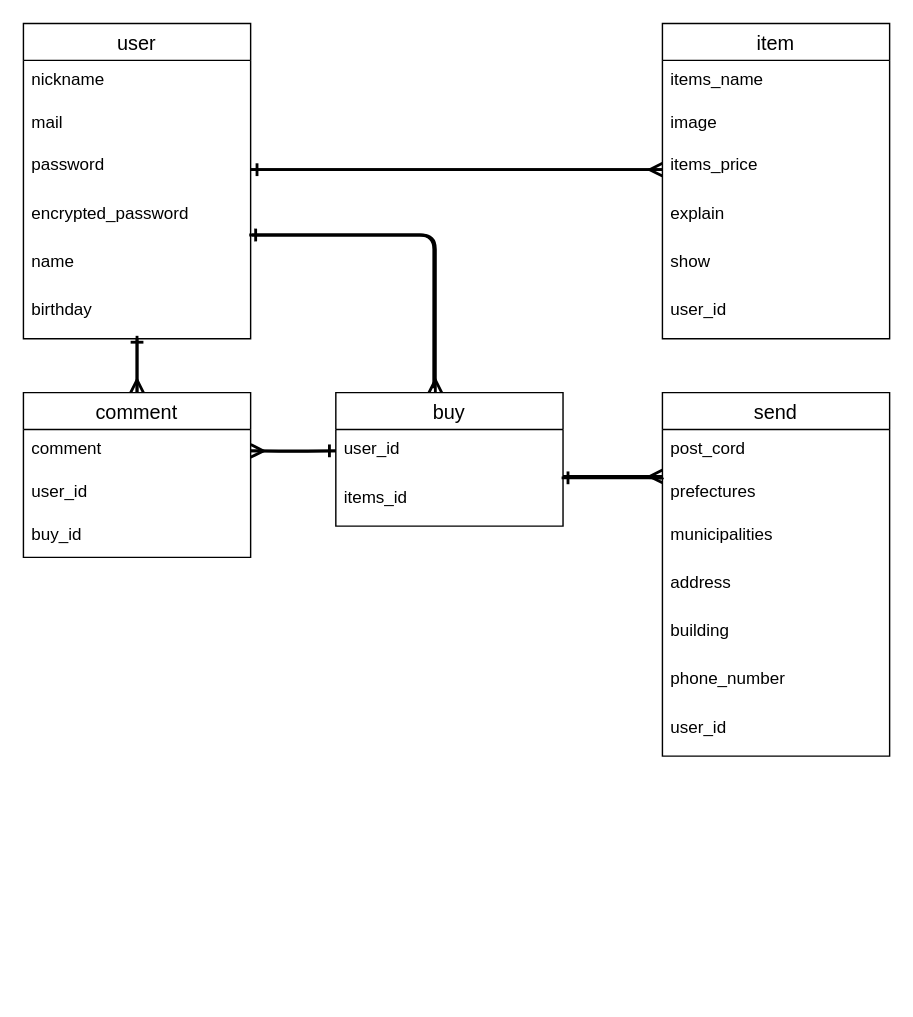
This is ER.dio from haminoshu/furima-37493, a draw.io file, before an edit. Source tidied: cells renumbered, new cells numbered last; positions are measured from the earlier drawing's top-left corner, leaving out a move shared by most shapes. Both pictures are drawn from the tidied source at 142%, with x=0, y=0 at pixel (23, 23).
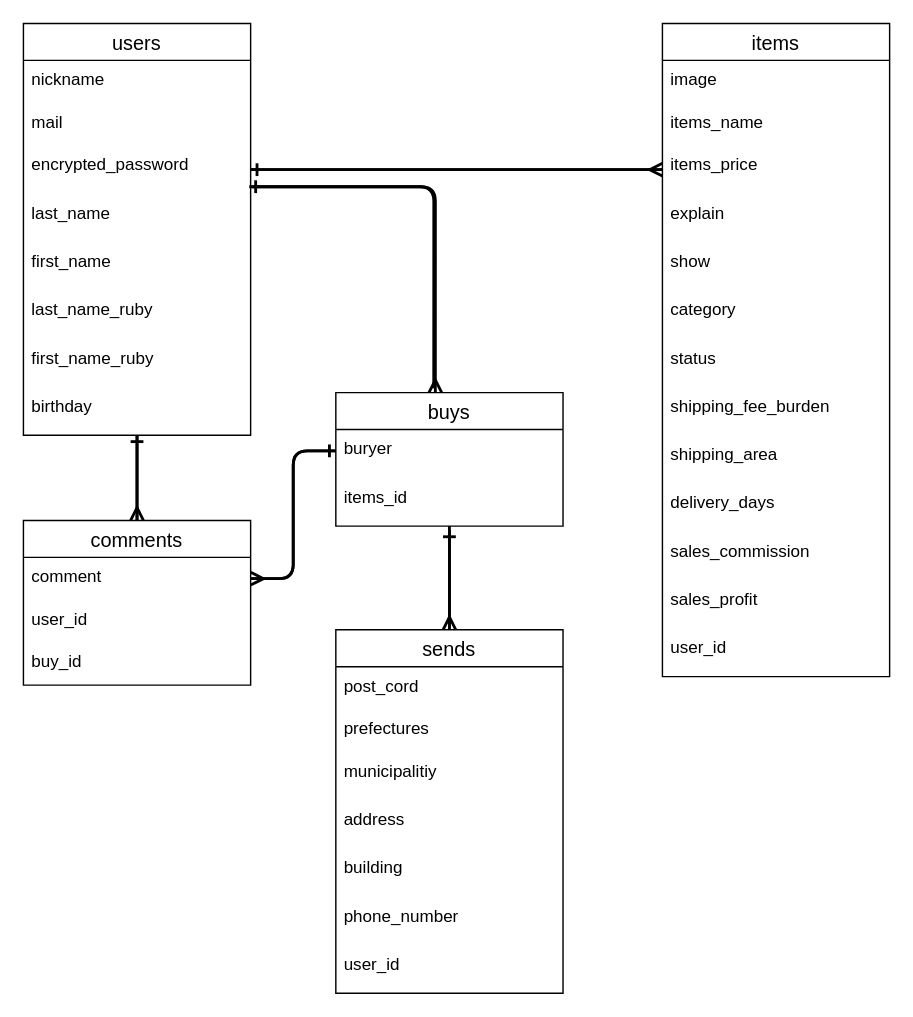
The same page after the edit.

Commit message (it also covers changes not shown here):
データベース設計②

Unchanged cells that the change refers to:
```xml
<mxCell id="14" value="items_price" style="text;strokeColor=none;fillColor=none;spacingLeft=4;spacingRight=4;overflow=hidden;points=[[0,0.5],[1,0.5]];portConstraint=eastwest;fontSize=12;" parent="11" vertex="1">
  <mxGeometry y="86" width="160" height="34" as="geometry" />
</mxCell>
<mxCell id="21" value="items_id" style="text;strokeColor=none;fillColor=none;spacingLeft=4;spacingRight=4;overflow=hidden;points=[[0,0.5],[1,0.5]];portConstraint=eastwest;fontSize=12;" parent="19" vertex="1">
  <mxGeometry y="60" width="160" height="34" as="geometry" />
</mxCell>
<mxCell id="25" value="prefectures" style="text;strokeColor=none;fillColor=none;spacingLeft=4;spacingRight=4;overflow=hidden;points=[[0,0.5],[1,0.5]];portConstraint=eastwest;fontSize=12;" parent="23" vertex="1">
  <mxGeometry y="56" width="160" height="30" as="geometry" />
</mxCell>
<mxCell id="34" value="comment" style="text;strokeColor=none;fillColor=none;spacingLeft=4;spacingRight=4;overflow=hidden;points=[[0,0.5],[1,0.5]];portConstraint=eastwest;fontSize=12;" parent="33" vertex="1">
  <mxGeometry y="26" width="160" height="30" as="geometry" />
</mxCell>
```

What changed in the source:
```diff
@@
-    <mxCell id="4" value="user" style="swimlane;fontStyle=0;horizontal=1;startSize=26;align=center;fontSize=14;" parent="1" vertex="1">
-      <mxGeometry width="160" height="222" as="geometry" />
+    <mxCell id="4" value="users" style="swimlane;fontStyle=0;horizontal=1;startSize=26;align=center;fontSize=14;" parent="1" vertex="1">
+      <mxGeometry width="160" height="290" as="geometry" />
     </mxCell>
@@
-    <mxCell id="7" value="password" style="text;strokeColor=none;fillColor=none;spacingLeft=4;spacingRight=4;overflow=hidden;points=[[0,0.5],[1,0.5]];portConstraint=eastwest;fontSize=12;" parent="4" vertex="1">
-      <mxGeometry y="86" width="160" height="34" as="geometry" />
-    </mxCell>
     <mxCell id="8" value="encrypted_password" style="text;strokeColor=none;fillColor=none;spacingLeft=4;spacingRight=4;overflow=hidden;points=[[0,0.5],[1,0.5]];portConstraint=eastwest;fontSize=12;" parent="4" vertex="1">
-      <mxGeometry y="120" width="160" height="34" as="geometry" />
+      <mxGeometry y="86" width="160" height="34" as="geometry" />
     </mxCell>
-    <mxCell id="9" value="name" style="text;strokeColor=none;fillColor=none;spacingLeft=4;spacingRight=4;overflow=hidden;fontSize=12;" parent="4" vertex="1">
-      <mxGeometry y="154" width="160" height="34" as="geometry" />
+    <mxCell id="9" value="last_name" style="text;strokeColor=none;fillColor=none;spacingLeft=4;spacingRight=4;overflow=hidden;fontSize=12;" parent="4" vertex="1">
+      <mxGeometry y="120" width="160" height="34" as="geometry" />
     </mxCell>
-    <mxCell id="10" value="birthday" style="text;strokeColor=none;fillColor=none;spacingLeft=4;spacingRight=4;overflow=hidden;fontSize=12;" parent="4" vertex="1">
-      <mxGeometry y="188" width="160" height="34" as="geometry" />
+    <mxCell id="10" value="first_name" style="text;strokeColor=none;fillColor=none;spacingLeft=4;spacingRight=4;overflow=hidden;fontSize=12;" parent="4" vertex="1">
+      <mxGeometry y="154" width="160" height="34" as="geometry" />
     </mxCell>
+    <mxCell id="41" value="last_name_ruby" style="text;strokeColor=none;fillColor=none;spacingLeft=4;spacingRight=4;overflow=hidden;fontSize=12;" parent="4" vertex="1">
+      <mxGeometry y="188" width="160" height="34" as="geometry" />
+    </mxCell>
+    <mxCell id="42" value="first_name_ruby" style="text;strokeColor=none;fillColor=none;spacingLeft=4;spacingRight=4;overflow=hidden;fontSize=12;" parent="4" vertex="1">
+      <mxGeometry y="222" width="160" height="34" as="geometry" />
+    </mxCell>
+    <mxCell id="43" value="birthday" style="text;strokeColor=none;fillColor=none;spacingLeft=4;spacingRight=4;overflow=hidden;fontSize=12;" parent="4" vertex="1">
+      <mxGeometry y="256" width="160" height="34" as="geometry" />
+    </mxCell>
-    <mxCell id="11" value="item" style="swimlane;fontStyle=0;horizontal=1;startSize=26;align=center;fontSize=14;" parent="1" vertex="1">
-      <mxGeometry x="450" width="160" height="222" as="geometry" />
+    <mxCell id="11" value="items" style="swimlane;fontStyle=0;horizontal=1;startSize=26;align=center;fontSize=14;" parent="1" vertex="1">
+      <mxGeometry x="450" width="160" height="460" as="geometry" />
     </mxCell>
-    <mxCell id="12" value="items_name" style="text;strokeColor=none;fillColor=none;spacingLeft=4;spacingRight=4;overflow=hidden;fontSize=12;" parent="11" vertex="1">
+    <mxCell id="12" value="image" style="text;strokeColor=none;fillColor=none;spacingLeft=4;spacingRight=4;overflow=hidden;fontSize=12;" parent="11" vertex="1">
       <mxGeometry y="26" width="160" height="30" as="geometry" />
     </mxCell>
-    <mxCell id="13" value="image" style="text;strokeColor=none;fillColor=none;spacingLeft=4;spacingRight=4;overflow=hidden;fontSize=12;" parent="11" vertex="1">
+    <mxCell id="13" value="items_name" style="text;strokeColor=none;fillColor=none;spacingLeft=4;spacingRight=4;overflow=hidden;fontSize=12;" parent="11" vertex="1">
       <mxGeometry y="56" width="160" height="30" as="geometry" />
     </mxCell>
@@
-    <mxCell id="17" value="user_id" style="text;strokeColor=none;fillColor=none;spacingLeft=4;spacingRight=4;overflow=hidden;fontSize=12;" parent="11" vertex="1">
+    <mxCell id="17" value="category" style="text;strokeColor=none;fillColor=none;spacingLeft=4;spacingRight=4;overflow=hidden;fontSize=12;" parent="11" vertex="1">
       <mxGeometry y="188" width="160" height="34" as="geometry" />
     </mxCell>
+    <mxCell id="44" value="status" style="text;strokeColor=none;fillColor=none;spacingLeft=4;spacingRight=4;overflow=hidden;fontSize=12;" parent="11" vertex="1">
+      <mxGeometry y="222" width="160" height="34" as="geometry" />
+    </mxCell>
+    <mxCell id="45" value="shipping_fee_burden" style="text;strokeColor=none;fillColor=none;spacingLeft=4;spacingRight=4;overflow=hidden;fontSize=12;" parent="11" vertex="1">
+      <mxGeometry y="256" width="160" height="34" as="geometry" />
+    </mxCell>
+    <mxCell id="46" value="shipping_area" style="text;strokeColor=none;fillColor=none;spacingLeft=4;spacingRight=4;overflow=hidden;fontSize=12;" parent="11" vertex="1">
+      <mxGeometry y="290" width="160" height="34" as="geometry" />
+    </mxCell>
+    <mxCell id="47" value="delivery_days" style="text;strokeColor=none;fillColor=none;spacingLeft=4;spacingRight=4;overflow=hidden;fontSize=12;" parent="11" vertex="1">
+      <mxGeometry y="324" width="160" height="34" as="geometry" />
+    </mxCell>
+    <mxCell id="48" value="sales_commission" style="text;strokeColor=none;fillColor=none;spacingLeft=4;spacingRight=4;overflow=hidden;fontSize=12;" parent="11" vertex="1">
+      <mxGeometry y="358" width="160" height="34" as="geometry" />
+    </mxCell>
+    <mxCell id="49" value="sales_profit" style="text;strokeColor=none;fillColor=none;spacingLeft=4;spacingRight=4;overflow=hidden;fontSize=12;" parent="11" vertex="1">
+      <mxGeometry y="392" width="160" height="34" as="geometry" />
+    </mxCell>
+    <mxCell id="50" value="user_id" style="text;strokeColor=none;fillColor=none;spacingLeft=4;spacingRight=4;overflow=hidden;fontSize=12;" parent="11" vertex="1">
+      <mxGeometry y="426" width="160" height="34" as="geometry" />
+    </mxCell>
@@
+    <mxCell id="51" style="edgeStyle=none;jumpSize=6;html=1;entryX=0.5;entryY=0;entryDx=0;entryDy=0;endArrow=ERmany;endFill=0;strokeWidth=2;" parent="1" edge="1" source="19" target="23">
+      <mxGeometry relative="1" as="geometry" />
+    </mxCell>
-    <mxCell id="19" value="buy" style="swimlane;fontStyle=0;horizontal=1;startSize=26;align=center;fontSize=14;" parent="1" vertex="1">
+    <mxCell id="19" value="buys" style="swimlane;fontStyle=0;horizontal=1;startSize=26;align=center;fontSize=14;" parent="1" vertex="1">
       <mxGeometry x="220" y="260" width="160" height="94" as="geometry" />
     </mxCell>
-    <mxCell id="20" value="user_id" style="text;strokeColor=none;fillColor=none;spacingLeft=4;spacingRight=4;overflow=hidden;fontSize=12;" parent="19" vertex="1">
+    <mxCell id="20" value="buryer" style="text;strokeColor=none;fillColor=none;spacingLeft=4;spacingRight=4;overflow=hidden;fontSize=12;" parent="19" vertex="1">
       <mxGeometry y="26" width="160" height="34" as="geometry" />
     </mxCell>
@@
-    <mxCell id="22" style="edgeStyle=orthogonalEdgeStyle;jumpSize=6;html=1;endArrow=ERone;endFill=0;strokeWidth=2;exitX=0;exitY=0.167;exitDx=0;exitDy=0;exitPerimeter=0;" parent="1" edge="1" source="25">
-      <mxGeometry relative="1" as="geometry">
-        <mxPoint x="379" y="320" as="targetPoint" />
-        <Array as="points">
-          <mxPoint x="450" y="320" />
-        </Array>
-      </mxGeometry>
-    </mxCell>
+    <mxCell id="52" style="edgeStyle=none;jumpSize=6;html=1;entryX=0.5;entryY=1.088;entryDx=0;entryDy=0;entryPerimeter=0;endArrow=ERone;endFill=0;strokeWidth=2;" parent="1" edge="1" source="23" target="21">
+      <mxGeometry relative="1" as="geometry" />
+    </mxCell>
-    <mxCell id="23" value="send" style="swimlane;fontStyle=0;horizontal=1;startSize=26;align=center;fontSize=14;" parent="1" vertex="1">
-      <mxGeometry x="450" y="260" width="160" height="256" as="geometry" />
+    <mxCell id="23" value="sends" style="swimlane;fontStyle=0;horizontal=1;startSize=26;align=center;fontSize=14;" parent="1" vertex="1">
+      <mxGeometry x="220" y="427" width="160" height="256" as="geometry" />
     </mxCell>
@@
-    <mxCell id="26" value="municipalities" style="text;strokeColor=none;fillColor=none;spacingLeft=4;spacingRight=4;overflow=hidden;fontSize=12;" parent="23" vertex="1">
+    <mxCell id="26" value="municipalitiy" style="text;strokeColor=none;fillColor=none;spacingLeft=4;spacingRight=4;overflow=hidden;fontSize=12;" parent="23" vertex="1">
       <mxGeometry y="86" width="160" height="34" as="geometry" />
     </mxCell>
@@
     <mxCell id="31" style="edgeStyle=none;jumpSize=6;html=1;endArrow=ERone;endFill=0;strokeWidth=2;" parent="1" edge="1" source="33">
       <mxGeometry relative="1" as="geometry">
-        <mxPoint x="80" y="220" as="targetPoint" />
+        <mxPoint x="80" y="290" as="targetPoint" />
       </mxGeometry>
     </mxCell>
     <mxCell id="32" style="edgeStyle=orthogonalEdgeStyle;jumpSize=6;html=1;endArrow=ERone;endFill=0;strokeWidth=2;exitX=1;exitY=0.5;exitDx=0;exitDy=0;" parent="1" edge="1" source="34">
       <mxGeometry relative="1" as="geometry">
         <mxPoint x="220" y="301" as="targetPoint" />
+        <Array as="points">
+          <mxPoint x="190" y="391" />
+          <mxPoint x="190" y="301" />
+        </Array>
       </mxGeometry>
     </mxCell>
-    <mxCell id="33" value="comment" style="swimlane;fontStyle=0;horizontal=1;startSize=26;align=center;fontSize=14;" parent="1" vertex="1">
-      <mxGeometry y="260" width="160" height="116" as="geometry" />
+    <mxCell id="33" value="comments" style="swimlane;fontStyle=0;horizontal=1;startSize=26;align=center;fontSize=14;" parent="1" vertex="1">
+      <mxGeometry y="350" width="160" height="116" as="geometry" />
     </mxCell>
@@
-    <mxCell id="37" style="edgeStyle=none;jumpSize=6;html=1;entryX=0;entryY=0.5;entryDx=0;entryDy=0;endArrow=ERmany;endFill=0;strokeWidth=2;" parent="1" edge="1" source="7" target="14">
-      <mxGeometry relative="1" as="geometry" />
+    <mxCell id="37" style="edgeStyle=none;jumpSize=6;html=1;entryX=0;entryY=0.5;entryDx=0;entryDy=0;endArrow=ERmany;endFill=0;strokeWidth=2;" parent="1" edge="1" target="14">
+      <mxGeometry relative="1" as="geometry">
+        <mxPoint x="160" y="103" as="sourcePoint" />
+      </mxGeometry>
     </mxCell>
@@
     <mxCell id="39" style="edgeStyle=orthogonalEdgeStyle;jumpSize=6;html=1;entryX=1;entryY=0.5;entryDx=0;entryDy=0;endArrow=ERmany;endFill=0;strokeWidth=2;" parent="1" edge="1" target="34">
       <mxGeometry relative="1" as="geometry">
         <mxPoint x="220" y="301" as="sourcePoint" />
+        <Array as="points">
+          <mxPoint x="190" y="301" />
+          <mxPoint x="190" y="391" />
+        </Array>
       </mxGeometry>
     </mxCell>
-    <mxCell id="40" style="jumpSize=6;html=1;endArrow=ERmany;endFill=0;strokeWidth=2;" parent="1" edge="1">
-      <mxGeometry relative="1" as="geometry">
-        <mxPoint x="380" y="319" as="sourcePoint" />
-        <mxPoint x="450" y="319" as="targetPoint" />
-        <Array as="points">
-          <mxPoint x="420" y="319" />
-        </Array>
-      </mxGeometry>
-    </mxCell>
```
